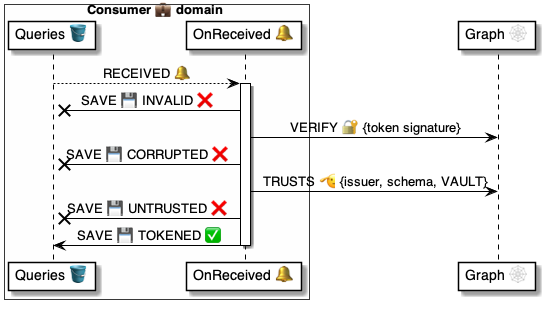
Before: 4 ⚙️ Solution/41 🎭 Domain Roles/Consumers 💼/💼🪣 Consumer tables/Queries 🗄️ table/🪣🧱 31 Received 🔔 event/💼 OnQueryReceived ⚙️ uml.png, a diagram exported from PlantUML (pollyweb-org/pollyweb-docs). Its source is kept beside it as 4 ⚙️ Solution/41 🎭 Domain Roles/Consumers 💼/💼🪣 Consumer tables/Queries 🗄️ table/🪣🧱 31 Received 🔔 event/💼 OnQueryReceived ⚙️ uml.puml. Its diagram source:
```plantuml
@startuml OnQueryReceived

box Consumer 💼 domain #FFFFFA
    participant "Queries 🪣" as table
    participant "OnReceived 🔔" as handler
end box
participant "Graph 🕸" as graph

table --> handler: RECEIVED 🔔

activate handler
    handler -x table: SAVE 💾 INVALID ❌
    handler -> graph: VERIFY 🔐 {token signature}
    handler -x table: SAVE 💾 CORRUPTED ❌
    handler -> graph: TRUSTS 🫡 {issuer, schema, VAULT}
    handler -x table: SAVE 💾 UNTRUSTED ❌
    handler -> table: SAVE 💾 TOKENED ✅


deactivate handler


@enduml
```
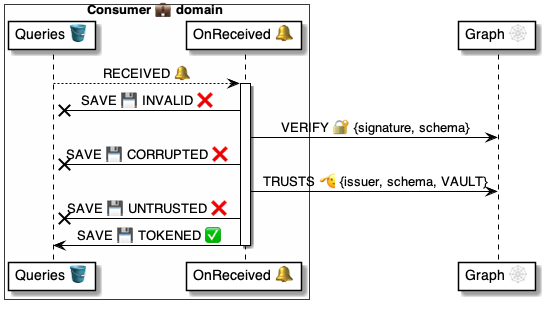
After the change.

What changed in the source:
```diff
@@ -10,7 +10,7 @@
 
 activate handler
     handler -x table: SAVE 💾 INVALID ❌
-    handler -> graph: VERIFY 🔐 {token signature}
+    handler -> graph: VERIFY 🔐 {signature, schema}
     handler -x table: SAVE 💾 CORRUPTED ❌
     handler -> graph: TRUSTS 🫡 {issuer, schema, VAULT}
     handler -x table: SAVE 💾 UNTRUSTED ❌
```
